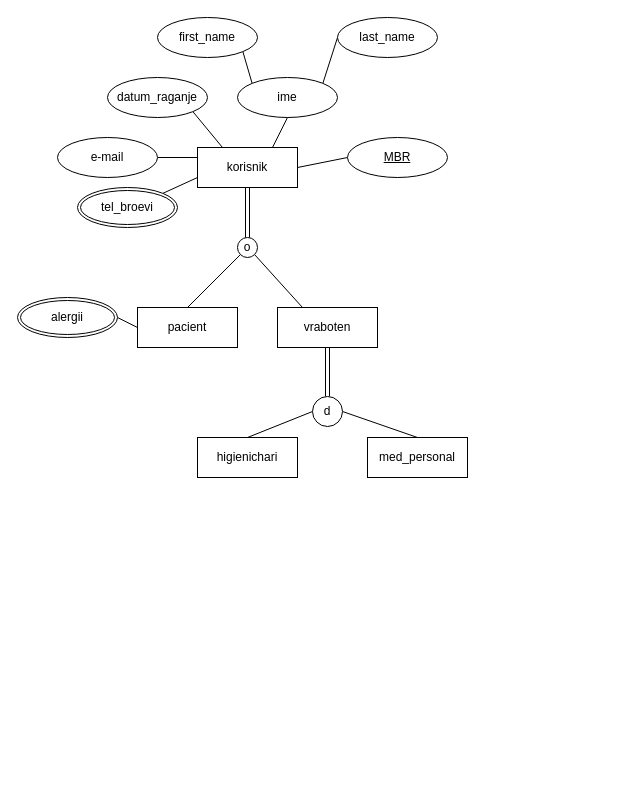
The draw.io diagram lab2.drawio in loramarku9/BAZInaPODATOCI, before the edit. Source tidied: cells renumbered, new cells numbered last; positions are measured from the earlier drawing's top-left corner, leaving out a move shared by most shapes. Both pictures are drawn from the tidied source at 100%, with x=0, y=0 at pixel (17, 17).
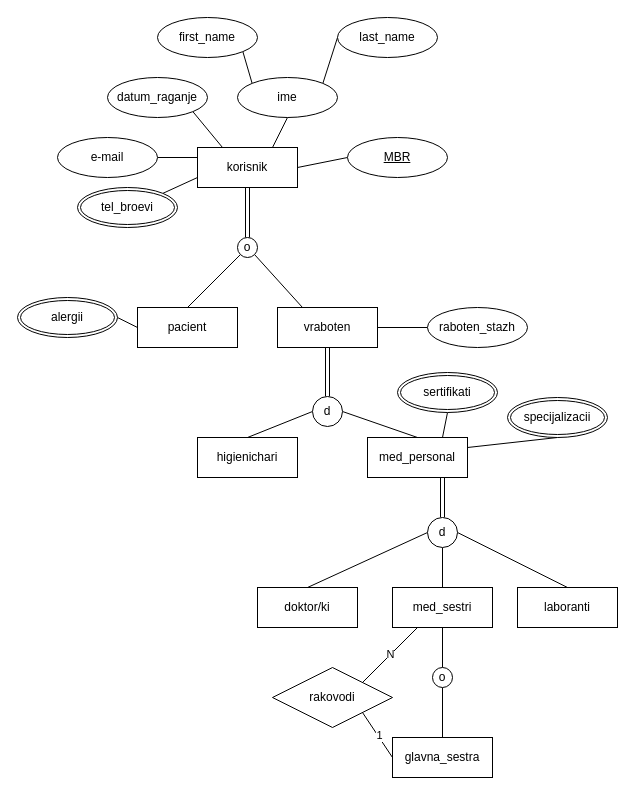
The same page after the edit.

The change refers to these unchanged cells:
```xml
<mxCell id="18" value="vraboten" style="whiteSpace=wrap;html=1;align=center;" parent="1" vertex="1">
  <mxGeometry x="260" y="290" width="100" height="40" as="geometry" />
</mxCell>
<mxCell id="27" value="med_personal" style="whiteSpace=wrap;html=1;align=center;" parent="1" vertex="1">
  <mxGeometry x="350" y="420" width="100" height="40" as="geometry" />
</mxCell>
```

The edit, as a diff of the source:
```diff
@@
+    <mxCell id="31" style="edgeStyle=none;shape=connector;rounded=0;jettySize=auto;html=1;exitX=1;exitY=0.5;exitDx=0;exitDy=0;entryX=0;entryY=0.5;entryDx=0;entryDy=0;strokeColor=default;align=center;verticalAlign=middle;fontFamily=Helvetica;fontSize=11;fontColor=default;labelBackgroundColor=default;defaultLabelBackgroundColor=page;endArrow=none;endFill=0;" parent="1" edge="1" source="18" target="35">
+      <mxGeometry relative="1" as="geometry" />
+    </mxCell>
@@
+    <mxCell id="32" style="edgeStyle=none;shape=connector;rounded=0;jettySize=auto;html=1;exitX=0.75;exitY=0;exitDx=0;exitDy=0;entryX=0.5;entryY=1;entryDx=0;entryDy=0;strokeColor=default;align=center;verticalAlign=middle;fontFamily=Helvetica;fontSize=11;fontColor=default;labelBackgroundColor=default;defaultLabelBackgroundColor=page;endArrow=none;endFill=0;" parent="1" edge="1" source="27" target="37">
+      <mxGeometry relative="1" as="geometry" />
+    </mxCell>
+    <mxCell id="33" style="edgeStyle=none;shape=connector;rounded=0;jettySize=auto;html=1;exitX=1;exitY=0.25;exitDx=0;exitDy=0;entryX=0.5;entryY=1;entryDx=0;entryDy=0;strokeColor=default;align=center;verticalAlign=middle;fontFamily=Helvetica;fontSize=11;fontColor=default;labelBackgroundColor=default;defaultLabelBackgroundColor=page;endArrow=none;endFill=0;" parent="1" edge="1" source="27" target="36">
+      <mxGeometry relative="1" as="geometry" />
+    </mxCell>
+    <mxCell id="34" style="edgeStyle=none;shape=link;rounded=0;jettySize=auto;html=1;exitX=0.75;exitY=1;exitDx=0;exitDy=0;entryX=0.5;entryY=0;entryDx=0;entryDy=0;strokeColor=default;align=center;verticalAlign=middle;fontFamily=Helvetica;fontSize=11;fontColor=default;labelBackgroundColor=default;defaultLabelBackgroundColor=page;endArrow=none;endFill=0;" parent="1" edge="1" source="27" target="45">
+      <mxGeometry relative="1" as="geometry" />
+    </mxCell>
@@
+    <mxCell id="35" value="raboten_stazh" style="ellipse;whiteSpace=wrap;html=1;align=center;" parent="1" vertex="1">
+      <mxGeometry x="410" y="290" width="100" height="40" as="geometry" />
+    </mxCell>
+    <mxCell id="36" value="specijalizacii" style="ellipse;shape=doubleEllipse;margin=3;whiteSpace=wrap;html=1;align=center;" parent="1" vertex="1">
+      <mxGeometry x="490" y="380" width="100" height="40" as="geometry" />
+    </mxCell>
+    <mxCell id="37" value="sertifikati" style="ellipse;shape=doubleEllipse;margin=3;whiteSpace=wrap;html=1;align=center;" parent="1" vertex="1">
+      <mxGeometry x="380" y="355" width="100" height="40" as="geometry" />
+    </mxCell>
+    <mxCell id="38" value="laboranti" style="whiteSpace=wrap;html=1;align=center;" parent="1" vertex="1">
+      <mxGeometry x="500" y="570" width="100" height="40" as="geometry" />
+    </mxCell>
+    <mxCell id="39" style="edgeStyle=none;shape=connector;rounded=0;jettySize=auto;html=1;exitX=0.5;exitY=0;exitDx=0;exitDy=0;entryX=0.5;entryY=1;entryDx=0;entryDy=0;strokeColor=default;align=center;verticalAlign=middle;fontFamily=Helvetica;fontSize=11;fontColor=default;labelBackgroundColor=default;defaultLabelBackgroundColor=page;endArrow=none;endFill=0;" parent="1" edge="1" source="41" target="45">
+      <mxGeometry relative="1" as="geometry" />
+    </mxCell>
+    <mxCell id="40" style="edgeStyle=none;shape=connector;rounded=0;jettySize=auto;html=1;exitX=0.5;exitY=1;exitDx=0;exitDy=0;entryX=0.5;entryY=0;entryDx=0;entryDy=0;strokeColor=default;align=center;verticalAlign=middle;fontFamily=Helvetica;fontSize=11;fontColor=default;labelBackgroundColor=default;defaultLabelBackgroundColor=page;endArrow=none;endFill=0;" parent="1" edge="1" source="41" target="50">
+      <mxGeometry relative="1" as="geometry" />
+    </mxCell>
+    <mxCell id="41" value="med_sestri" style="whiteSpace=wrap;html=1;align=center;" parent="1" vertex="1">
+      <mxGeometry x="375" y="570" width="100" height="40" as="geometry" />
+    </mxCell>
+    <mxCell id="42" style="edgeStyle=none;shape=connector;rounded=0;jettySize=auto;html=1;exitX=0.5;exitY=0;exitDx=0;exitDy=0;entryX=0;entryY=0.5;entryDx=0;entryDy=0;strokeColor=default;align=center;verticalAlign=middle;fontFamily=Helvetica;fontSize=11;fontColor=default;labelBackgroundColor=default;defaultLabelBackgroundColor=page;endArrow=none;endFill=0;" parent="1" edge="1" source="43" target="45">
+      <mxGeometry relative="1" as="geometry" />
+    </mxCell>
+    <mxCell id="43" value="doktor/ki" style="whiteSpace=wrap;html=1;align=center;" parent="1" vertex="1">
+      <mxGeometry x="240" y="570" width="100" height="40" as="geometry" />
+    </mxCell>
+    <mxCell id="44" style="edgeStyle=none;shape=connector;rounded=0;jettySize=auto;html=1;exitX=1;exitY=0.5;exitDx=0;exitDy=0;entryX=0.5;entryY=0;entryDx=0;entryDy=0;strokeColor=default;align=center;verticalAlign=middle;fontFamily=Helvetica;fontSize=11;fontColor=default;labelBackgroundColor=default;defaultLabelBackgroundColor=page;endArrow=none;endFill=0;" parent="1" edge="1" source="45" target="38">
+      <mxGeometry relative="1" as="geometry" />
+    </mxCell>
+    <mxCell id="45" value="d" style="ellipse;whiteSpace=wrap;html=1;shapeInside=1;" parent="1" vertex="1">
+      <mxGeometry x="410" y="500" width="30" height="30" as="geometry" />
+    </mxCell>
+    <mxCell id="46" style="edgeStyle=none;shape=connector;rounded=0;jettySize=auto;html=1;exitX=0.5;exitY=0;exitDx=0;exitDy=0;entryX=0.5;entryY=1;entryDx=0;entryDy=0;strokeColor=default;align=center;verticalAlign=middle;fontFamily=Helvetica;fontSize=11;fontColor=default;labelBackgroundColor=default;defaultLabelBackgroundColor=page;endArrow=none;endFill=0;" parent="1" edge="1" source="49" target="50">
+      <mxGeometry relative="1" as="geometry" />
+    </mxCell>
+    <mxCell id="47" style="edgeStyle=none;shape=connector;rounded=0;jettySize=auto;html=1;exitX=0;exitY=0.5;exitDx=0;exitDy=0;entryX=1;entryY=1;entryDx=0;entryDy=0;strokeColor=default;align=center;verticalAlign=middle;fontFamily=Helvetica;fontSize=11;fontColor=default;labelBackgroundColor=default;defaultLabelBackgroundColor=page;endArrow=none;endFill=0;" parent="1" edge="1" source="49" target="53">
+      <mxGeometry relative="1" as="geometry" />
+    </mxCell>
+    <mxCell id="48" value="1" style="edgeLabel;html=1;align=center;verticalAlign=middle;inheritText=1;defaultLabelBackgroundColor=page;" parent="47" vertex="1">
+      <mxGeometry x="-0.03" y="-1" relative="1" as="geometry" />
+    </mxCell>
+    <mxCell id="49" value="glavna_sestra" style="whiteSpace=wrap;html=1;align=center;" parent="1" vertex="1">
+      <mxGeometry x="375" y="720" width="100" height="40" as="geometry" />
+    </mxCell>
+    <mxCell id="50" value="o" style="ellipse;whiteSpace=wrap;html=1;shapeInside=1;" parent="1" vertex="1">
+      <mxGeometry x="415" y="650" width="20" height="20" as="geometry" />
+    </mxCell>
+    <mxCell id="51" style="edgeStyle=none;shape=connector;rounded=0;jettySize=auto;html=1;exitX=1;exitY=0;exitDx=0;exitDy=0;entryX=0.25;entryY=1;entryDx=0;entryDy=0;strokeColor=default;align=center;verticalAlign=middle;fontFamily=Helvetica;fontSize=11;fontColor=default;labelBackgroundColor=default;defaultLabelBackgroundColor=page;endArrow=none;endFill=0;" parent="1" edge="1" source="53" target="41">
+      <mxGeometry relative="1" as="geometry" />
+    </mxCell>
+    <mxCell id="52" value="N" style="edgeLabel;html=1;align=center;verticalAlign=middle;inheritText=1;defaultLabelBackgroundColor=page;" parent="51" vertex="1">
+      <mxGeometry x="-0.01" relative="1" as="geometry">
+        <mxPoint y="-1" as="offset" />
+      </mxGeometry>
+    </mxCell>
+    <mxCell id="53" value="rakovodi" style="shape=rhombus;perimeter=rhombusPerimeter;whiteSpace=wrap;html=1;align=center;" parent="1" vertex="1">
+      <mxGeometry x="255" y="650" width="120" height="60" as="geometry" />
+    </mxCell>
```
